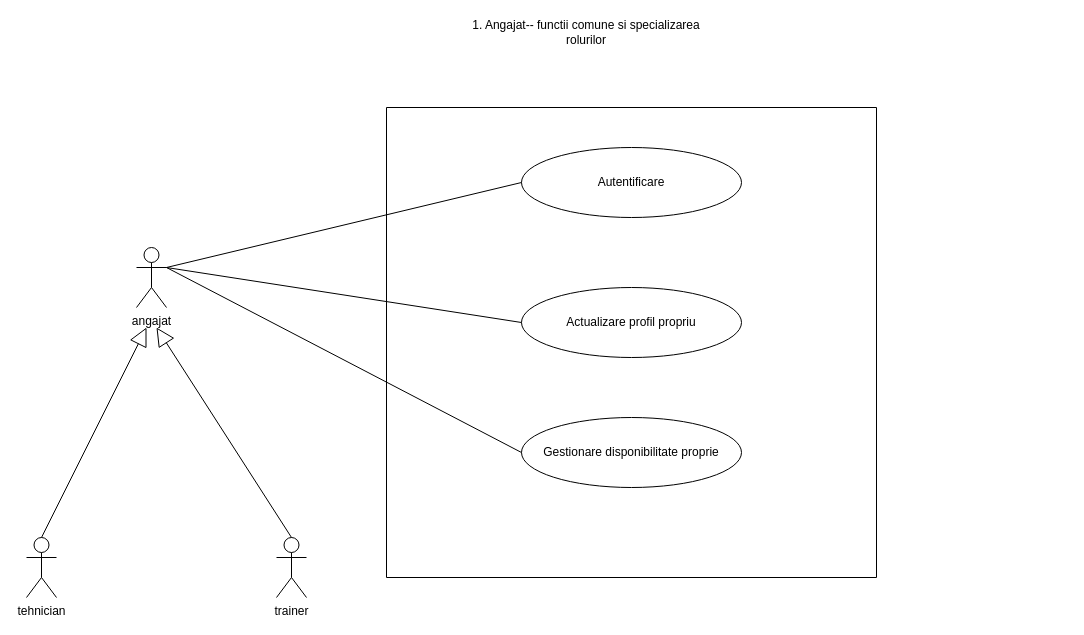
This is Anul_3/proiect_baze_de_date/db/diagrams/diagrama_cazuri_utilizare/draw.io/diagrama_cazuri_utilizare_angajat.drawio from nerea-mihut/facultate-laboratoare, a draw.io file, before an edit. Source tidied: cells renumbered, new cells numbered last; positions are measured from the earlier drawing's top-left corner, leaving out a move shared by most shapes. Both pictures are drawn from the tidied source at 100%, with x=0, y=0 at pixel (26, 17).
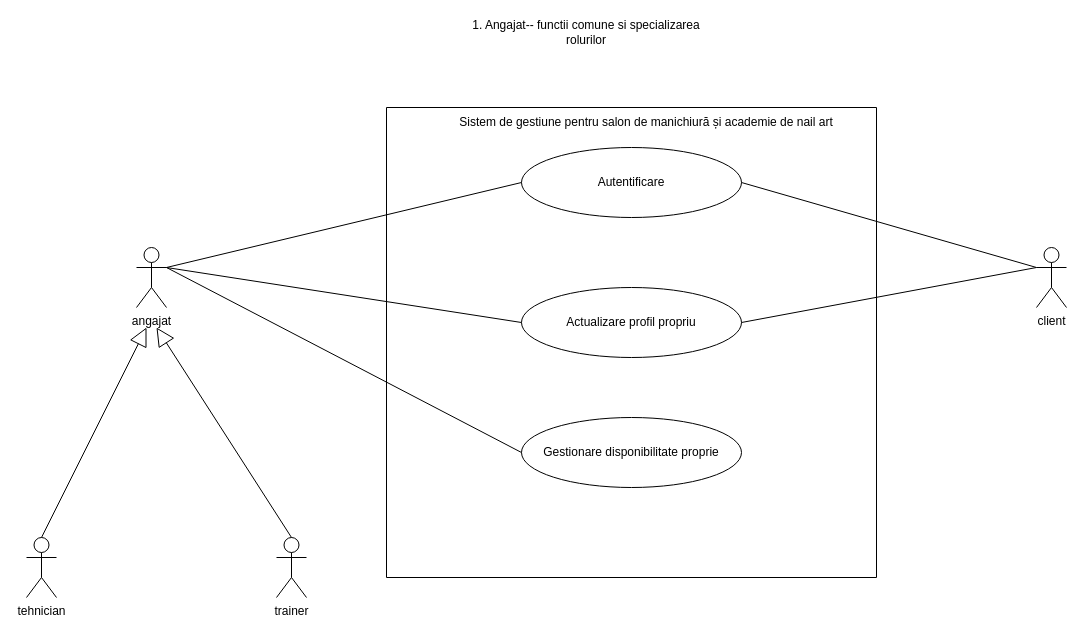
Above is the later version.

The change refers to these unchanged cells:
```xml
<mxCell id="2" style="swimlane;startSize=0;" parent="1" vertex="1">
  <mxGeometry x="360" y="90" width="490" height="470" as="geometry" />
</mxCell>
<mxCell id="3" value="Autentificare" style="ellipse;whiteSpace=wrap;html=1;" parent="2" vertex="1">
  <mxGeometry x="135" y="40" width="220" height="70" as="geometry" />
</mxCell>
<mxCell id="4" value="Actualizare profil propriu" style="ellipse;whiteSpace=wrap;html=1;" parent="2" vertex="1">
  <mxGeometry x="135" y="180" width="220" height="70" as="geometry" />
</mxCell>
```

Diff of the diagram source:
```diff
@@
+    <mxCell id="15" value="Sistem de gestiune pentru salon de manichiură și academie de nail art" style="text;html=1;whiteSpace=wrap;strokeColor=none;fillColor=none;align=center;verticalAlign=middle;rounded=0;" parent="2" vertex="1">
+      <mxGeometry x="60" width="400" height="30" as="geometry" />
+    </mxCell>
@@
+    <mxCell id="16" value="client" style="shape=umlActor;verticalLabelPosition=bottom;verticalAlign=top;html=1;outlineConnect=0;labelPerimeter=1;" parent="1" vertex="1">
+      <mxGeometry x="1010" y="230" width="30" height="60" as="geometry" />
+    </mxCell>
+    <mxCell id="17" style="endArrow=none;html=1;rounded=0;defaultLabelBackgroundColor=page;entryX=1;entryY=0.5;entryDx=0;entryDy=0;exitX=0;exitY=0.3333333333333333;exitDx=0;exitDy=0;exitPerimeter=0;" parent="1" edge="1" source="16" target="3">
+      <mxGeometry relative="1" as="geometry" />
+    </mxCell>
+    <mxCell id="18" style="endArrow=none;html=1;rounded=0;defaultLabelBackgroundColor=page;exitX=1;exitY=0.5;exitDx=0;exitDy=0;entryX=0;entryY=0.3333333333333333;entryDx=0;entryDy=0;entryPerimeter=0;" parent="1" edge="1" source="4" target="16">
+      <mxGeometry relative="1" as="geometry" />
+    </mxCell>
```
